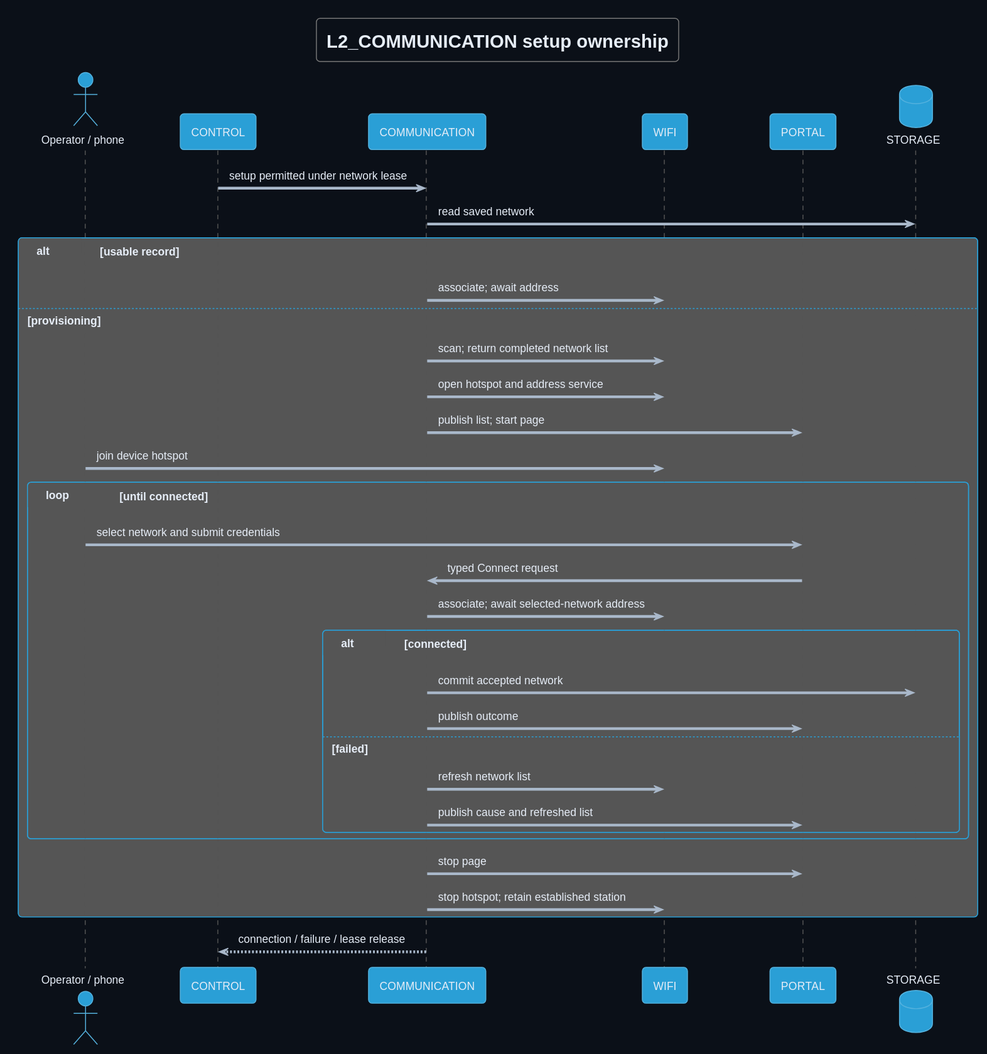
The PlantUML diagram Development/system/architecture/COMMUNICATION/rendered/setup_sequence.svg in DemonicPsychoII/DigitalStethoscope, before a commit.
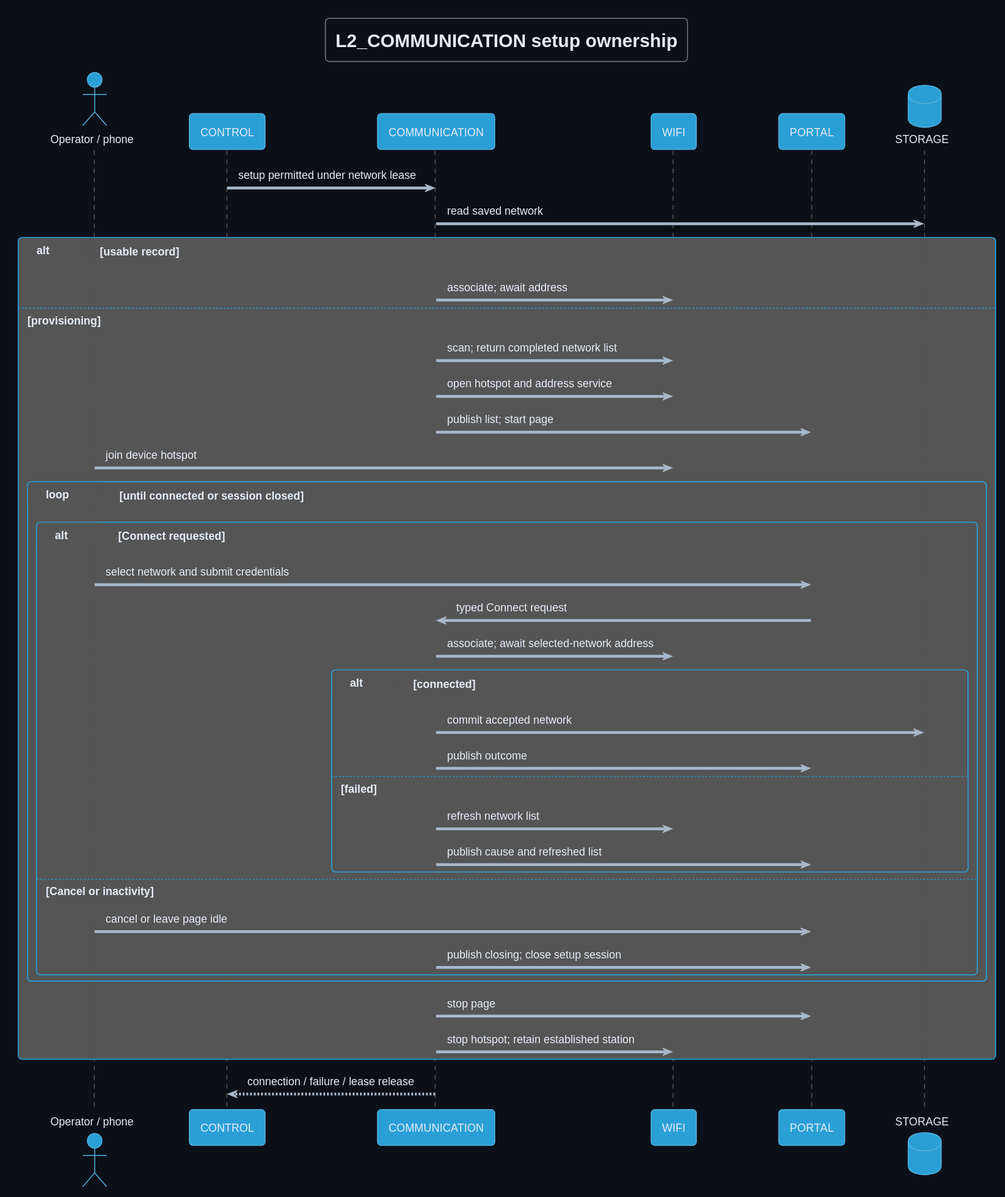
Above is the later version.

Commit message:
docs: align setup state and sequence with link recovery

What changed in the source:
```diff
@@ -21,16 +21,21 @@
  COMMUNICATION -> WIFI : open hotspot and address service
  COMMUNICATION -> PORTAL : publish list; start page
  Operator -> WIFI : join device hotspot
- loop until connected
-  Operator -> PORTAL : select network and submit credentials
-  PORTAL -> COMMUNICATION : typed Connect request
-  COMMUNICATION -> WIFI : associate; await selected-network address
-  alt connected
-   COMMUNICATION -> STORAGE : commit accepted network
-   COMMUNICATION -> PORTAL : publish outcome
-  else failed
-   COMMUNICATION -> WIFI : refresh network list
-   COMMUNICATION -> PORTAL : publish cause and refreshed list
+ loop until connected or session closed
+  alt Connect requested
+   Operator -> PORTAL : select network and submit credentials
+   PORTAL -> COMMUNICATION : typed Connect request
+   COMMUNICATION -> WIFI : associate; await selected-network address
+   alt connected
+    COMMUNICATION -> STORAGE : commit accepted network
+    COMMUNICATION -> PORTAL : publish outcome
+   else failed
+    COMMUNICATION -> WIFI : refresh network list
+    COMMUNICATION -> PORTAL : publish cause and refreshed list
+   end
+  else Cancel or inactivity
+   Operator -> PORTAL : cancel or leave page idle
+   COMMUNICATION -> PORTAL : publish closing; close setup session
   end
  end
  COMMUNICATION -> PORTAL : stop page
```
